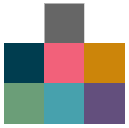
Above: icons/icon.drawio.png in guzhongren/thoughtworks-styled-vscode-theme (draw.io), before the change. Source tidied: cells renumbered, new cells last; positions are measured from the earlier drawing's top-left corner, leaving out a move shared by most shapes. Source of this version:
```xml
<mxGraphModel>
  <root>
    <mxCell id="0" />
    <mxCell id="1" parent="0" />
    <mxCell id="2" style="whiteSpace=wrap;html=1;imageWidth=128;imageHeight=128;strokeColor=none;fillColor=none;imageAspect=1;" parent="1" vertex="1">
      <mxGeometry width="128" height="128" as="geometry" />
    </mxCell>
    <mxCell id="3" style="whiteSpace=wrap;html=1;fillColor=#FFFFFF;strokeColor=none;fontStyle=1;imageWidth=40;imageHeight=40;fontColor=#333333;" parent="1" vertex="1">
      <mxGeometry x="4" y="4" width="40" height="40" as="geometry" />
    </mxCell>
    <mxCell id="4" style="whiteSpace=wrap;html=1;fillColor=#666666;strokeColor=none;fontStyle=1;imageWidth=40;imageHeight=40;" parent="1" vertex="1">
      <mxGeometry x="44" y="4" width="40" height="40" as="geometry" />
    </mxCell>
    <mxCell id="5" style="whiteSpace=wrap;html=1;fillColor=#ffffff;strokeColor=none;fontStyle=0;imageWidth=40;imageHeight=40;" parent="1" vertex="1">
      <mxGeometry x="84" y="4" width="40" height="40" as="geometry" />
    </mxCell>
    <mxCell id="6" style="whiteSpace=wrap;html=1;fillColor=#003d4f;strokeColor=#003d4f;fontStyle=0;imageWidth=40;imageHeight=40;" parent="1" vertex="1">
      <mxGeometry x="4" y="44" width="40" height="40" as="geometry" />
    </mxCell>
    <mxCell id="7" style="whiteSpace=wrap;html=1;fillColor=#f2617a;strokeColor=#f2617a;fontStyle=1;imageWidth=40;imageHeight=40;" parent="1" vertex="1">
      <mxGeometry x="44" y="44" width="40" height="40" as="geometry" />
    </mxCell>
    <mxCell id="8" style="whiteSpace=wrap;html=1;fillColor=#cc850a;strokeColor=#cc850a;fontStyle=0;imageWidth=40;imageHeight=40;" parent="1" vertex="1">
      <mxGeometry x="84" y="44" width="40" height="40" as="geometry" />
    </mxCell>
    <mxCell id="9" style="whiteSpace=wrap;html=1;fillColor=#6b9e78;strokeColor=#6b9e78;fontStyle=0;imageWidth=40;imageHeight=40;" parent="1" vertex="1">
      <mxGeometry x="4" y="84" width="40" height="40" as="geometry" />
    </mxCell>
    <mxCell id="10" style="whiteSpace=wrap;html=1;fillColor=#47a1ad;strokeColor=#47a1ad;fontStyle=1;imageWidth=40;imageHeight=40;" parent="1" vertex="1">
      <mxGeometry x="44" y="84" width="40" height="40" as="geometry" />
    </mxCell>
    <mxCell id="11" style="whiteSpace=wrap;html=1;fillColor=#634f7d;strokeColor=#634f7d;fontStyle=0;imageWidth=40;imageHeight=40;" parent="1" vertex="1">
      <mxGeometry x="84" y="84" width="40" height="40" as="geometry" />
    </mxCell>
  </root>
</mxGraphModel>
```
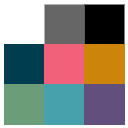
The same diagram one commit later.

Commit message:
fix: update color of icon

What changed in the source:
```diff
@@ -11,7 +11,7 @@
     <mxCell id="4" style="whiteSpace=wrap;html=1;fillColor=#666666;strokeColor=none;fontStyle=1;imageWidth=40;imageHeight=40;" parent="1" vertex="1">
       <mxGeometry x="44" y="4" width="40" height="40" as="geometry" />
     </mxCell>
-    <mxCell id="5" style="whiteSpace=wrap;html=1;fillColor=#ffffff;strokeColor=none;fontStyle=0;imageWidth=40;imageHeight=40;" parent="1" vertex="1">
+    <mxCell id="5" style="whiteSpace=wrap;html=1;fillColor=light-dark(#000000,#000000);strokeColor=none;fontStyle=0;imageWidth=40;imageHeight=40;" parent="1" vertex="1">
       <mxGeometry x="84" y="4" width="40" height="40" as="geometry" />
     </mxCell>
     <mxCell id="6" style="whiteSpace=wrap;html=1;fillColor=#003d4f;strokeColor=#003d4f;fontStyle=0;imageWidth=40;imageHeight=40;" parent="1" vertex="1">
```
